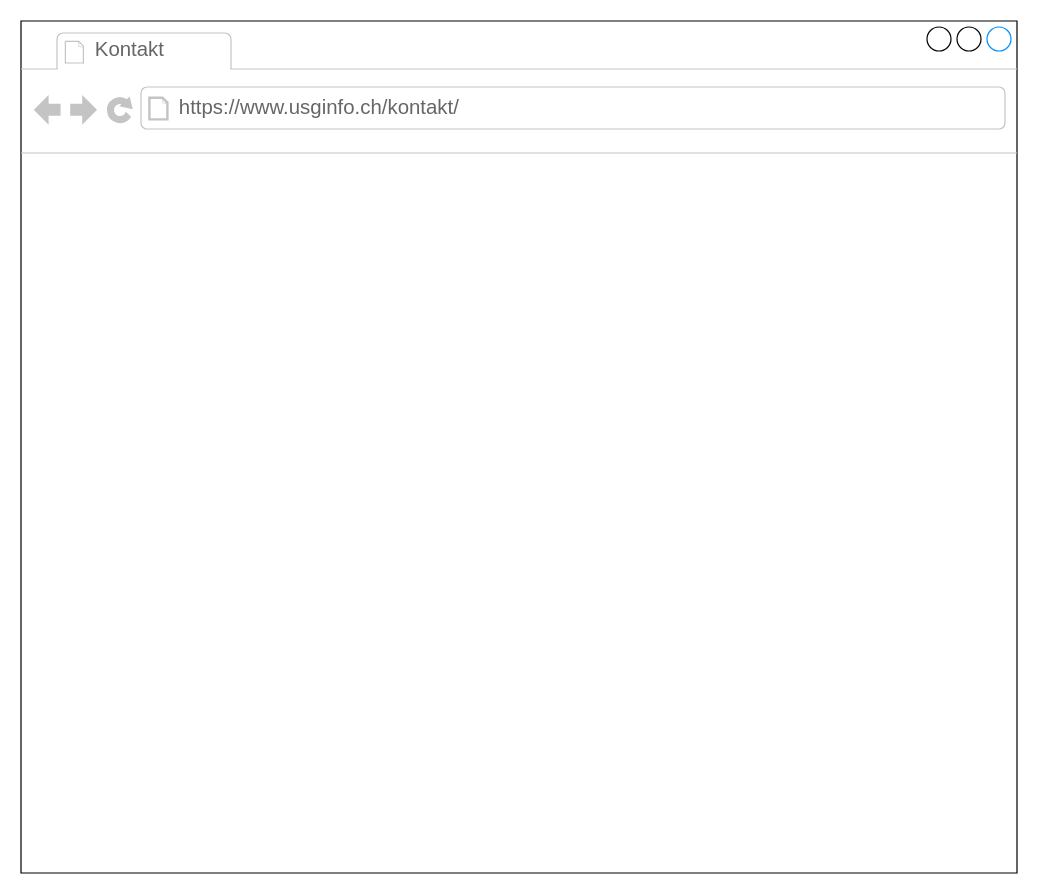
Before: page "Kontakt" (3 of 6) of doc/mockups/Lo-Fi_USG.drawio in mnaray/USG_Website, a draw.io diagram. Source tidied: cells renumbered, new cells numbered last; positions are measured from the earlier drawing's top-left corner, leaving out a move shared by most shapes. Both pictures are drawn from the tidied source at 120%, with x=0, y=0 at pixel (20, 20).
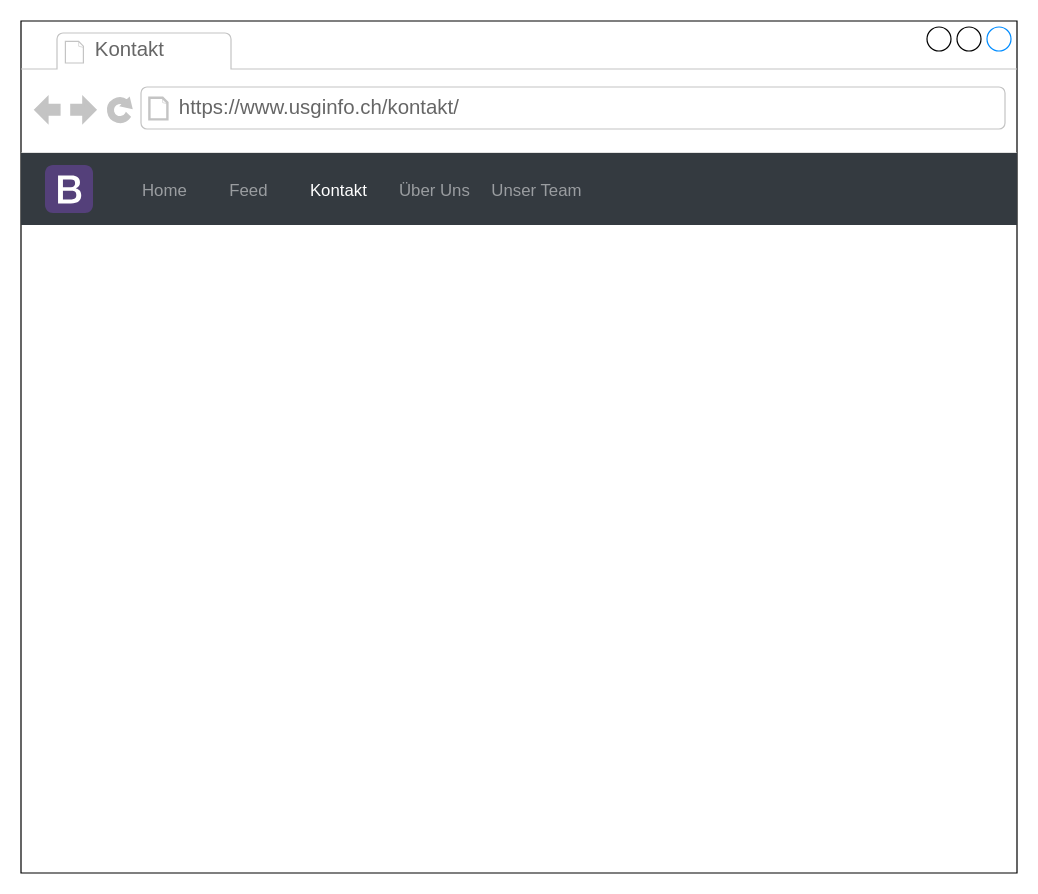
Above is the later version.

What changed in the source:
```diff
@@
 <mxGraphModel>
   <root>
     <mxCell id="0" />
     <mxCell id="1" parent="0" />
     <mxCell id="2" style="strokeWidth=1;shadow=0;dashed=0;align=center;html=1;shape=mxgraph.mockup.containers.browserWindow;rSize=0;strokeColor2=#008cff;strokeColor3=#c4c4c4;mainText=,;" parent="1" vertex="1">
       <mxGeometry width="830" height="710" as="geometry" />
     </mxCell>
     <mxCell id="3" value="Kontakt" style="strokeWidth=1;shadow=0;dashed=0;align=center;html=1;shape=mxgraph.mockup.containers.anchor;fontSize=17;fontColor=#666666;align=left;" parent="2" vertex="1">
       <mxGeometry x="60" y="12" width="110" height="26" as="geometry" />
     </mxCell>
     <mxCell id="4" value="https://www.usginfo.ch/kontakt/" style="strokeWidth=1;shadow=0;dashed=0;align=center;html=1;shape=mxgraph.mockup.containers.anchor;rSize=0;fontSize=17;fontColor=#666666;align=left;" parent="2" vertex="1">
       <mxGeometry x="130" y="60" width="250" height="26" as="geometry" />
     </mxCell>
+    <mxCell id="5" style="html=1;shadow=0;dashed=0;fillColor=#343A40;strokeColor=none;fontSize=16;fontColor=#ffffff;align=left;spacing=15;" parent="2" vertex="1">
+      <mxGeometry y="110" width="830" height="60" as="geometry" />
+    </mxCell>
+    <mxCell id="6" value="Home" style="fillColor=none;strokeColor=none;fontSize=14;fontColor=#9A9DA0;align=center;" parent="5" vertex="1">
+      <mxGeometry width="70" height="40" relative="1" as="geometry">
+        <mxPoint x="85" y="10" as="offset" />
+      </mxGeometry>
+    </mxCell>
+    <mxCell id="7" value="Feed" style="fillColor=none;strokeColor=none;fontSize=14;fontColor=#9A9DA0;align=center;" parent="5" vertex="1">
+      <mxGeometry width="70" height="40" relative="1" as="geometry">
+        <mxPoint x="155" y="10" as="offset" />
+      </mxGeometry>
+    </mxCell>
+    <mxCell id="8" value="Kontakt" style="fillColor=none;strokeColor=none;fontSize=14;fontColor=#FFFFFF;align=center;spacingRight=0;" parent="5" vertex="1">
+      <mxGeometry width="80" height="40" relative="1" as="geometry">
+        <mxPoint x="225" y="10" as="offset" />
+      </mxGeometry>
+    </mxCell>
+    <mxCell id="9" value="Über Uns" style="fillColor=none;strokeColor=none;fontSize=14;fontColor=#9A9DA0;align=center;" parent="5" vertex="1">
+      <mxGeometry width="80" height="40" relative="1" as="geometry">
+        <mxPoint x="305" y="10" as="offset" />
+      </mxGeometry>
+    </mxCell>
+    <mxCell id="10" value="Unser Team" style="fillColor=none;strokeColor=none;fontSize=14;fontColor=#9A9DA0;align=center;" parent="5" vertex="1">
+      <mxGeometry width="90" height="40" relative="1" as="geometry">
+        <mxPoint x="385" y="10" as="offset" />
+      </mxGeometry>
+    </mxCell>
+    <mxCell id="11" style="html=1;shadow=0;dashed=0;shape=mxgraph.bootstrap.logo;fillColor=#54407A;strokeColor=none;sketch=0;" parent="5" vertex="1">
+      <mxGeometry width="40" height="40" relative="1" as="geometry">
+        <mxPoint x="20" y="10" as="offset" />
+      </mxGeometry>
+    </mxCell>
   </root>
 </mxGraphModel>
```
